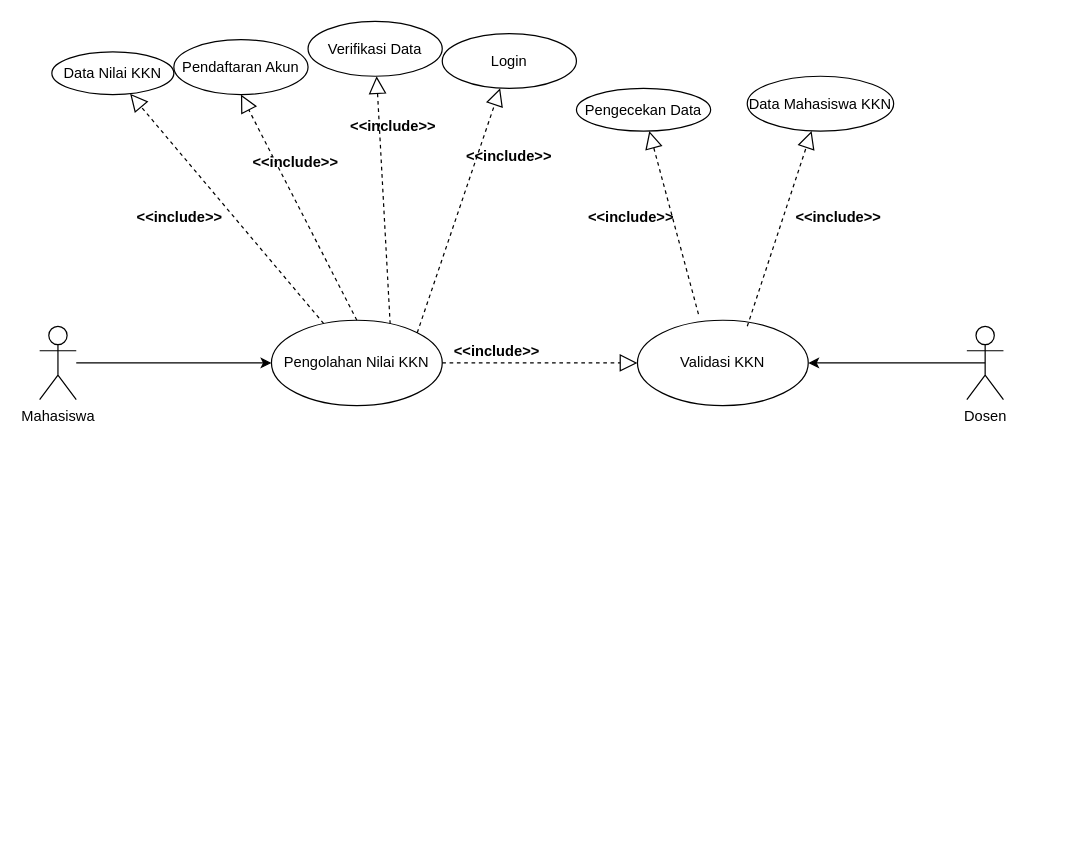
hanif354-bayte/hanif354-bayte keeps this draw.io diagram as Untitled Diagram.drawio. Above is the earlier version. Source tidied: cells renumbered, new cells numbered last; positions are measured from the earlier drawing's top-left corner, leaving out a move shared by most shapes. Both pictures are drawn from the tidied source at 122%, with x=0, y=0 at pixel (39, 21).
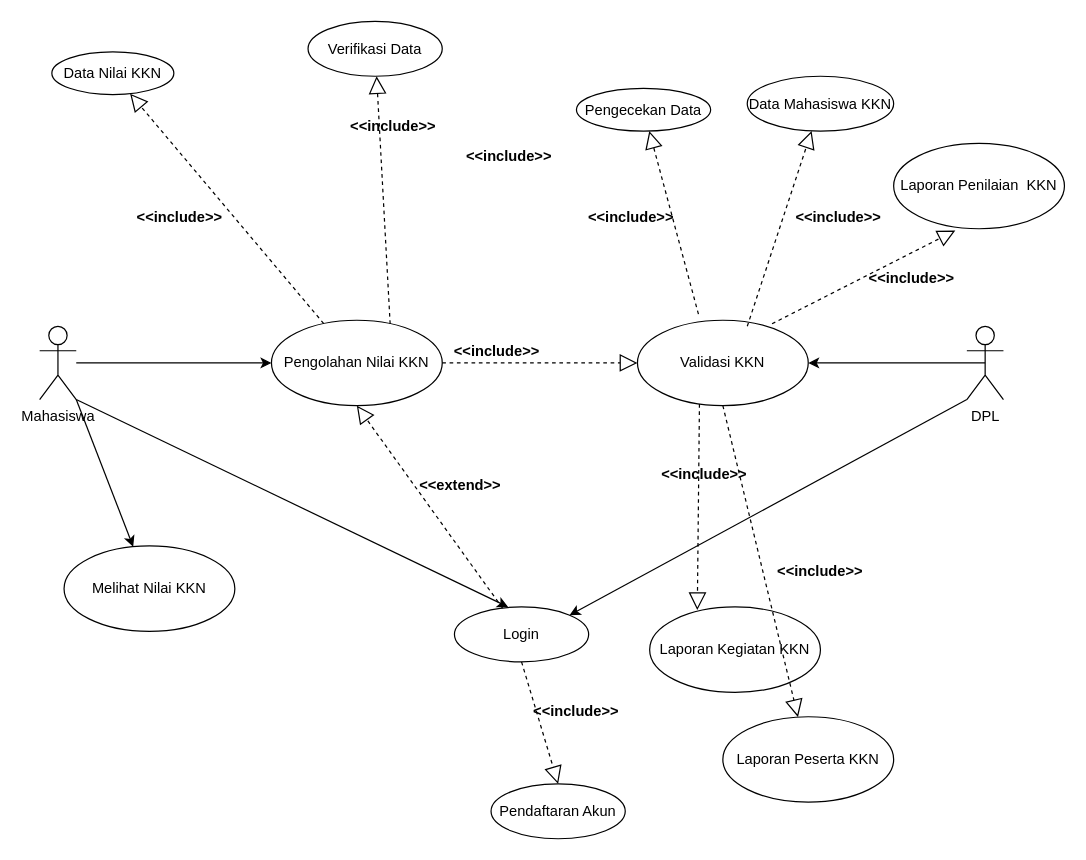
The same diagram, later.

The change refers to these unchanged cells:
```xml
<mxCell id="3" value="Mahasiswa" style="shape=umlActor;verticalLabelPosition=bottom;verticalAlign=top;html=1;outlineConnect=0;" parent="1" vertex="1">
  <mxGeometry y="250" width="30" height="60" as="geometry" />
</mxCell>
<mxCell id="6" value="Pengolahan Nilai KKN" style="ellipse;whiteSpace=wrap;html=1;" parent="1" vertex="1">
  <mxGeometry x="190" y="245" width="140" height="70" as="geometry" />
</mxCell>
<mxCell id="11" value="Validasi KKN" style="ellipse;whiteSpace=wrap;html=1;" parent="1" vertex="1">
  <mxGeometry x="490" y="245" width="140" height="70" as="geometry" />
</mxCell>
```

What changed in the source:
```diff
@@
+    <mxCell id="28" style="rounded=0;jettySize=auto;html=1;exitX=1;exitY=1;exitDx=0;exitDy=0;exitPerimeter=0;" parent="1" edge="1" source="3" target="31">
+      <mxGeometry relative="1" as="geometry" />
+    </mxCell>
+    <mxCell id="29" style="edgeStyle=none;rounded=0;jettySize=auto;html=1;exitX=1;exitY=1;exitDx=0;exitDy=0;exitPerimeter=0;entryX=0.4;entryY=0;entryDx=0;entryDy=0;entryPerimeter=0;" parent="1" edge="1" source="3" target="9">
+      <mxGeometry relative="1" as="geometry" />
+    </mxCell>
@@
+    <mxCell id="30" style="edgeStyle=none;rounded=0;jettySize=auto;html=1;exitX=0;exitY=1;exitDx=0;exitDy=0;exitPerimeter=0;entryX=1;entryY=0;entryDx=0;entryDy=0;" parent="1" edge="1" source="5" target="9">
+      <mxGeometry relative="1" as="geometry" />
+    </mxCell>
-    <mxCell id="5" value="Dosen" style="shape=umlActor;verticalLabelPosition=bottom;verticalAlign=top;html=1;outlineConnect=0;" parent="1" vertex="1">
+    <mxCell id="5" value="DPL" style="shape=umlActor;verticalLabelPosition=bottom;verticalAlign=top;html=1;outlineConnect=0;" parent="1" vertex="1">
       <mxGeometry x="760" y="250" width="30" height="60" as="geometry" />
     </mxCell>
@@
     <mxCell id="7" value="Pendaftaran Akun" style="ellipse;whiteSpace=wrap;html=1;" parent="1" vertex="1">
-      <mxGeometry x="110" y="15" width="110" height="45" as="geometry" />
+      <mxGeometry x="370" y="625" width="110" height="45" as="geometry" />
     </mxCell>
-    <mxCell id="8" style="endArrow=block;dashed=1;endFill=0;endSize=12;html=1;rounded=0;exitX=1;exitY=0;exitDx=0;exitDy=0;" parent="1" edge="1" source="6" target="9">
-      <mxGeometry relative="1" as="geometry" />
-    </mxCell>
     <mxCell id="9" value="Login" style="ellipse;whiteSpace=wrap;html=1;" parent="1" vertex="1">
-      <mxGeometry x="330" y="10" width="110" height="45" as="geometry" />
+      <mxGeometry x="340" y="480" width="110" height="45" as="geometry" />
     </mxCell>
@@
-    <mxCell id="12" style="endArrow=block;dashed=1;endFill=0;endSize=12;html=1;rounded=0;entryX=0.5;entryY=1;entryDx=0;entryDy=0;exitX=0.5;exitY=0;exitDx=0;exitDy=0;" parent="1" edge="1" source="6" target="7">
-      <mxGeometry relative="1" as="geometry" />
-    </mxCell>
@@
-    <mxCell id="14" value="&lt;&lt;include&gt;&gt;" style="text;align=center;fontStyle=1;verticalAlign=middle;spacingLeft=3;spacingRight=3;strokeColor=none;flipV=0;flipH=0;direction=west;" parent="1" vertex="1">
-      <mxGeometry x="190" y="110" width="40" height="10" as="geometry" />
-    </mxCell>
@@
+    <mxCell id="31" value="Melihat Nilai KKN" style="ellipse;whiteSpace=wrap;html=1;" parent="1" vertex="1">
+      <mxGeometry x="20" y="430" width="140" height="70" as="geometry" />
+    </mxCell>
+    <mxCell id="32" style="endArrow=block;dashed=1;endFill=0;endSize=12;html=1;rounded=0;exitX=0.5;exitY=1;exitDx=0;exitDy=0;entryX=0.5;entryY=0;entryDx=0;entryDy=0;" parent="1" edge="1" source="9" target="7">
+      <mxGeometry relative="1" as="geometry" />
+    </mxCell>
+    <mxCell id="33" value="&lt;&lt;include&gt;&gt;" style="text;align=center;fontStyle=1;verticalAlign=middle;spacingLeft=3;spacingRight=3;strokeColor=none;flipV=0;flipH=0;direction=west;" parent="1" vertex="1">
+      <mxGeometry x="410" y="560" width="60" height="10" as="geometry" />
+    </mxCell>
+    <mxCell id="34" value="Laporan Kegiatan KKN" style="ellipse;whiteSpace=wrap;html=1;" parent="1" vertex="1">
+      <mxGeometry x="500" y="480" width="140" height="70" as="geometry" />
+    </mxCell>
+    <mxCell id="35" style="endArrow=block;dashed=1;endFill=0;endSize=12;html=1;rounded=0;entryX=0.279;entryY=0.037;entryDx=0;entryDy=0;entryPerimeter=0;exitX=0.363;exitY=0.981;exitDx=0;exitDy=0;exitPerimeter=0;" parent="1" edge="1" source="11" target="34">
+      <mxGeometry relative="1" as="geometry" />
+    </mxCell>
+    <mxCell id="36" value="&lt;&lt;include&gt;&gt;" style="text;align=center;fontStyle=1;verticalAlign=middle;spacingLeft=3;spacingRight=3;strokeColor=none;flipV=0;flipH=0;direction=west;" parent="1" vertex="1">
+      <mxGeometry x="510" y="370" width="70" as="geometry" />
+    </mxCell>
+    <mxCell id="37" value="Laporan Peserta KKN" style="ellipse;whiteSpace=wrap;html=1;" parent="1" vertex="1">
+      <mxGeometry x="560" y="570" width="140" height="70" as="geometry" />
+    </mxCell>
+    <mxCell id="38" style="endArrow=block;dashed=1;endFill=0;endSize=12;html=1;rounded=0;exitX=0.5;exitY=1;exitDx=0;exitDy=0;" parent="1" edge="1" source="11" target="37">
+      <mxGeometry relative="1" as="geometry" />
+    </mxCell>
+    <mxCell id="39" value="Laporan Penilaian&amp;nbsp; KKN" style="ellipse;whiteSpace=wrap;html=1;" parent="1" vertex="1">
+      <mxGeometry x="700" y="100" width="140" height="70" as="geometry" />
+    </mxCell>
+    <mxCell id="40" style="endArrow=block;dashed=1;endFill=0;endSize=12;html=1;rounded=0;exitX=0.788;exitY=0.041;exitDx=0;exitDy=0;exitPerimeter=0;entryX=0.361;entryY=1.021;entryDx=0;entryDy=0;entryPerimeter=0;" parent="1" edge="1" source="11" target="39">
+      <mxGeometry relative="1" as="geometry" />
+    </mxCell>
+    <mxCell id="41" value="&lt;&lt;include&gt;&gt;" style="text;align=center;fontStyle=1;verticalAlign=middle;spacingLeft=3;spacingRight=3;strokeColor=none;flipV=0;flipH=0;direction=west;" parent="1" vertex="1">
+      <mxGeometry x="680" y="200" width="70" height="20" as="geometry" />
+    </mxCell>
+    <mxCell id="42" value="&lt;&lt;include&gt;&gt;" style="text;align=center;fontStyle=1;verticalAlign=middle;spacingLeft=3;spacingRight=3;strokeColor=none;flipV=0;flipH=0;direction=west;" parent="1" vertex="1">
+      <mxGeometry x="605" y="440" width="70" height="20" as="geometry" />
+    </mxCell>
+    <mxCell id="43" style="endArrow=block;dashed=1;endFill=0;endSize=12;html=1;rounded=0;entryX=0.5;entryY=1;entryDx=0;entryDy=0;" parent="1" edge="1" source="9" target="6">
+      <mxGeometry relative="1" as="geometry" />
+    </mxCell>
+    <mxCell id="44" value="&lt;&lt;extend&gt;&gt;" style="text;align=center;fontStyle=1;verticalAlign=middle;spacingLeft=3;spacingRight=3;strokeColor=none;flipV=0;flipH=0;direction=west;" parent="1" vertex="1">
+      <mxGeometry x="310" y="370" width="70" height="20" as="geometry" />
+    </mxCell>
```
